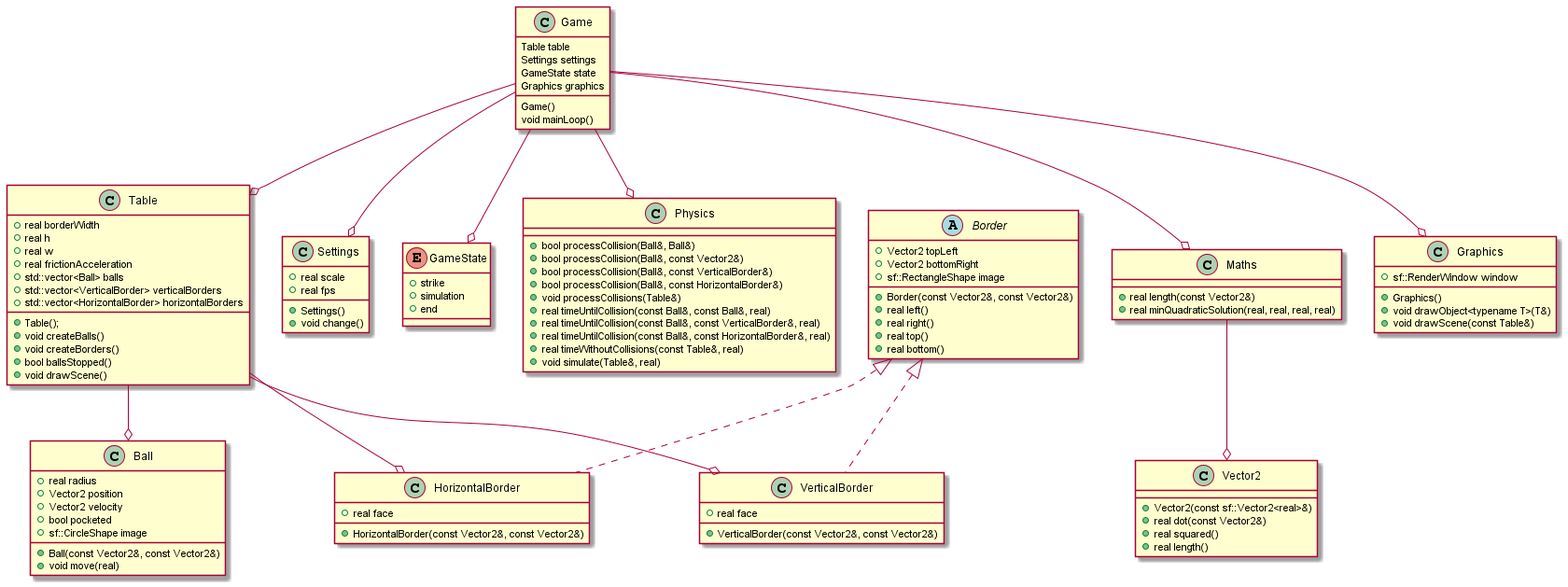
The PlantUML diagram Architecture.png in sribnyak/billiards-mipt, before a commit.
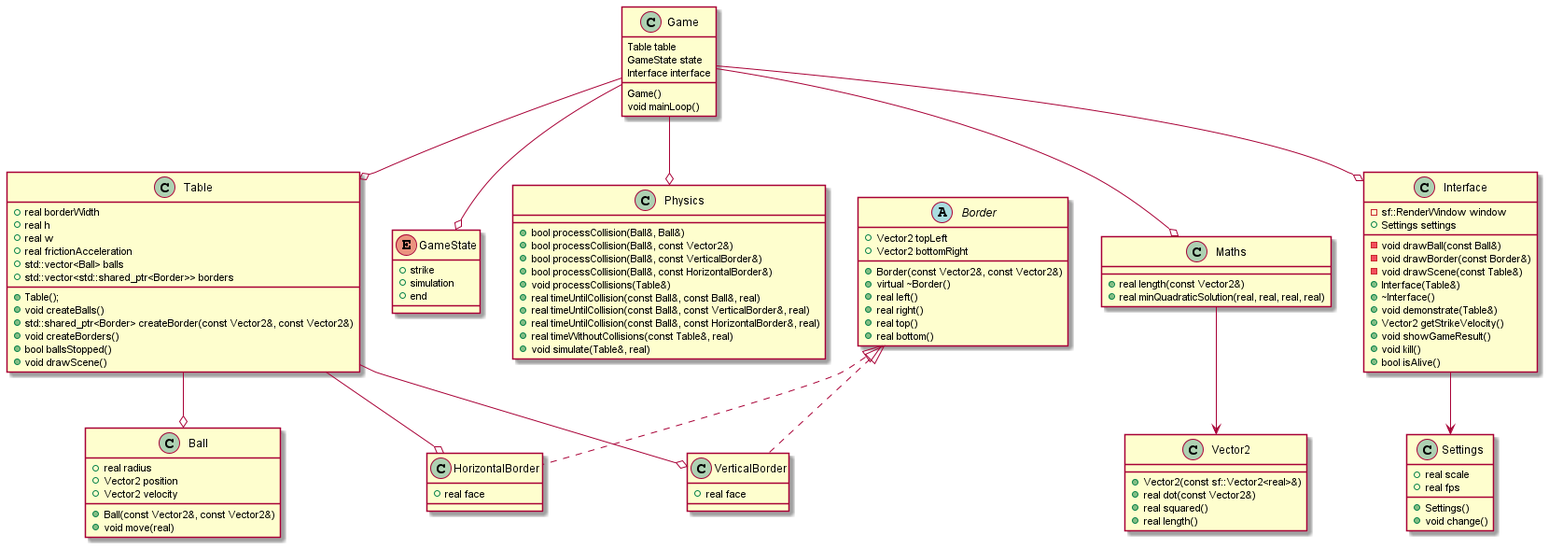
After the commit.

What changed in the source:
```diff
@@ -29,8 +29,6 @@
     + real radius
     + Vector2 position
     + Vector2 velocity
-    + bool pocketed
-    + sf::CircleShape image
 
     + Ball(const Vector2&, const Vector2&)
     + void move(real)
@@ -39,9 +37,9 @@
 abstract Border {
     + Vector2 topLeft
     + Vector2 bottomRight
-    + sf::RectangleShape image
 
     + Border(const Vector2&, const Vector2&)
+    + virtual ~Border()
     + real left()
     + real right()
     + real top()
@@ -49,20 +47,26 @@
 }
 
 class VerticalBorder {
-    + VerticalBorder(const Vector2&, const Vector2&)
     + real face
 }
 
 class HorizontalBorder {
-    + HorizontalBorder(const Vector2&, const Vector2&)
     + real face
 }
 
-class Graphics {
-    + sf::RenderWindow window
-    + Graphics()
-    + void drawObject<typename T>(T&)
-    + void drawScene(const Table&)
+class Interface {
+    - sf::RenderWindow window
+    - void drawBall(const Ball&)
+    - void drawBorder(const Border&)
+    - void drawScene(const Table&)
+    + Settings settings
+    + Interface(Table&)
+    + ~Interface()
+    + void demonstrate(Table&)
+    + Vector2 getStrikeVelocity()
+    + void showGameResult()
+    + void kill()
+    + bool isAlive()
 }
 
 class Table {
@@ -71,11 +75,11 @@
     + real w
     + real frictionAcceleration
     + std::vector<Ball> balls
-    + std::vector<VerticalBorder> verticalBorders
-    + std::vector<HorizontalBorder> horizontalBorders
+    + std::vector<std::shared_ptr<Border>> borders
 
     + Table();
     + void createBalls()
+    + std::shared_ptr<Border> createBorder(const Vector2&, const Vector2&)
     + void createBorders()
     + bool ballsStopped()
     + void drawScene()
@@ -97,18 +101,16 @@
 
 class Game {
     Table table
-    Settings settings
     GameState state
-    Graphics graphics
+    Interface interface
 
     Game()
     void mainLoop()
 }
 
 Game --o Table
-Game --o Settings
 Game --o GameState
-Game --o Graphics
+Game --o Interface
 Game --o Maths
 Game --o Physics
 
@@ -116,7 +118,9 @@
 Table --o VerticalBorder
 Table --o HorizontalBorder
 
-Maths --o Vector2
+Interface --> Settings
+
+Maths --> Vector2
 
 class VerticalBorder implements Border
 class HorizontalBorder implements Border
```
